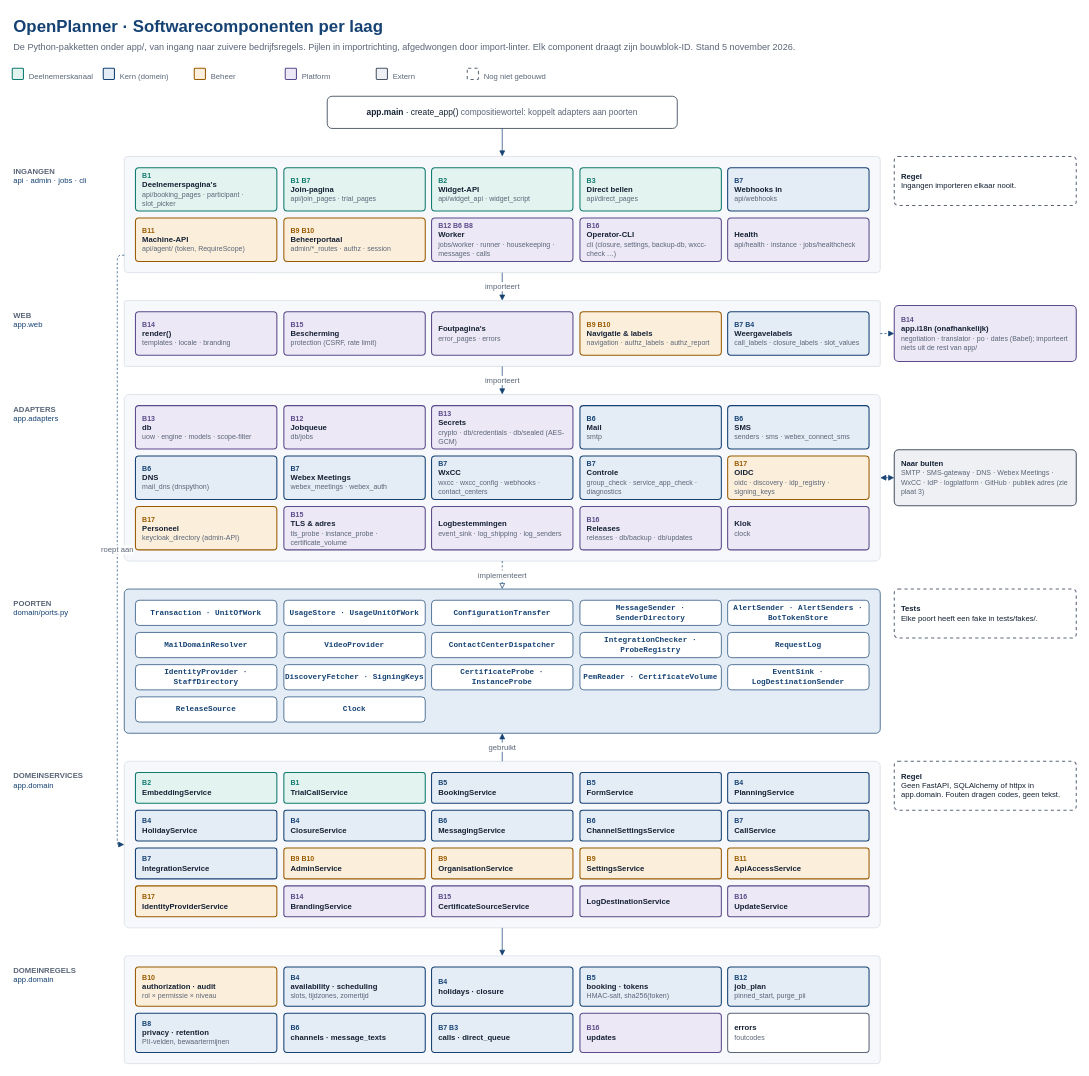
The draw.io diagram page "2 Softwarecomponenten" (2 of 3) of docs/diagrams/openplanner-architectuur.drawio in 3Corners-Labs/OpenPlanner, before the edit. Source tidied: cells renumbered, new cells numbered last; positions are measured from the earlier drawing's top-left corner, leaving out a move shared by most shapes. Both pictures are drawn from the tidied source at 70%, with x=0, y=0 at pixel (12, 12).
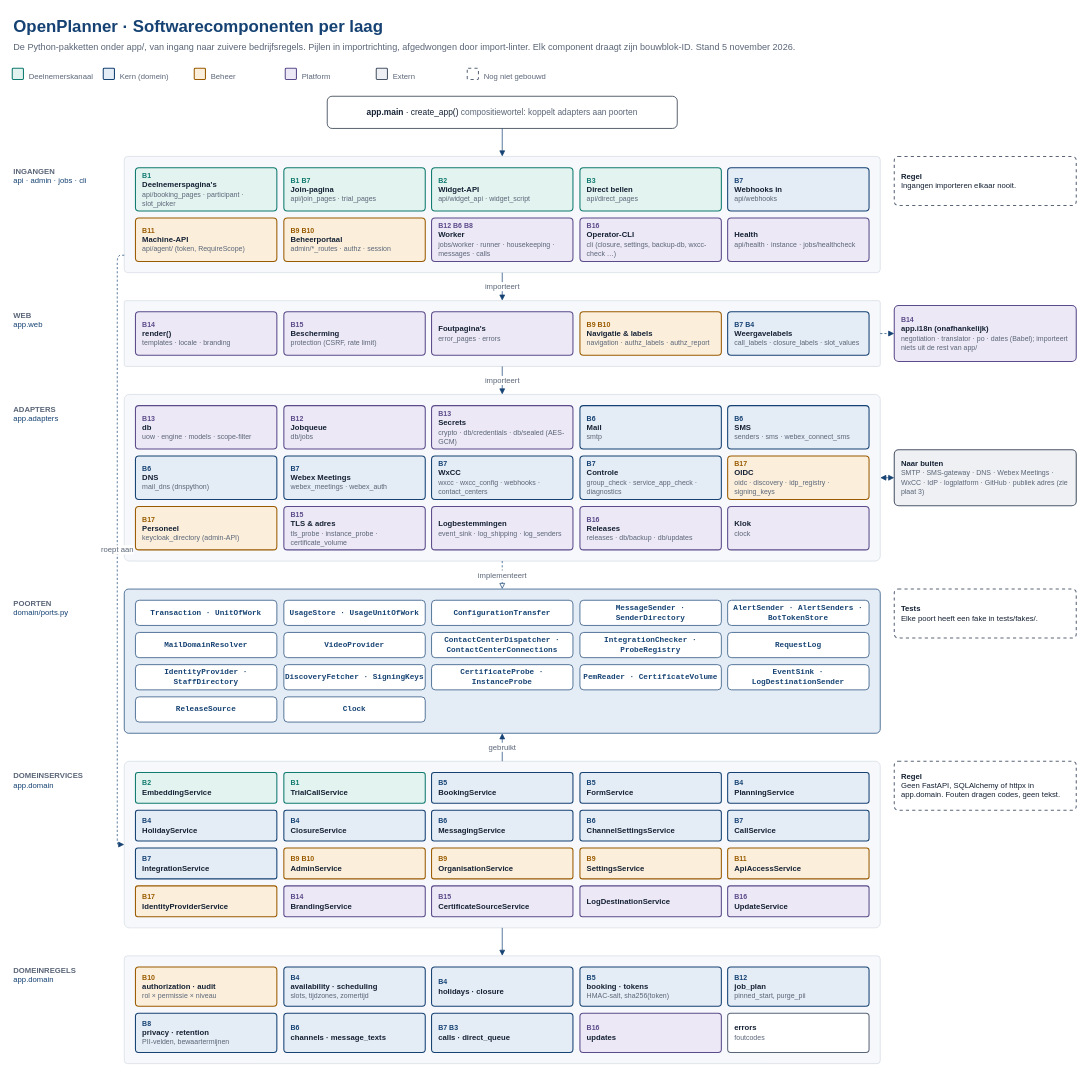
Above is the later version.

Commit message (it also covers changes not shown here):
docs(diagrams): the contact-center connection port on plate two

Diff of the diagram source:
```diff
@@
-    <mxCell id="70" value="&lt;b&gt;ContactCenterDispatcher&lt;/b&gt;" style="rounded=1;whiteSpace=wrap;html=1;strokeColor=#154273;fillColor=#ffffff;fontSize=11;fontColor=#154273;fontFamily=Courier New;" parent="1" vertex="1">
+    <mxCell id="70" value="&lt;b&gt;ContactCenterDispatcher · ContactCenterConnections&lt;/b&gt;" style="rounded=1;whiteSpace=wrap;html=1;strokeColor=#154273;fillColor=#ffffff;fontSize=11;fontColor=#154273;fontFamily=Courier New;" parent="1" vertex="1">
       <mxGeometry x="599" y="886" width="202" height="36" as="geometry" />
     </mxCell>
```
